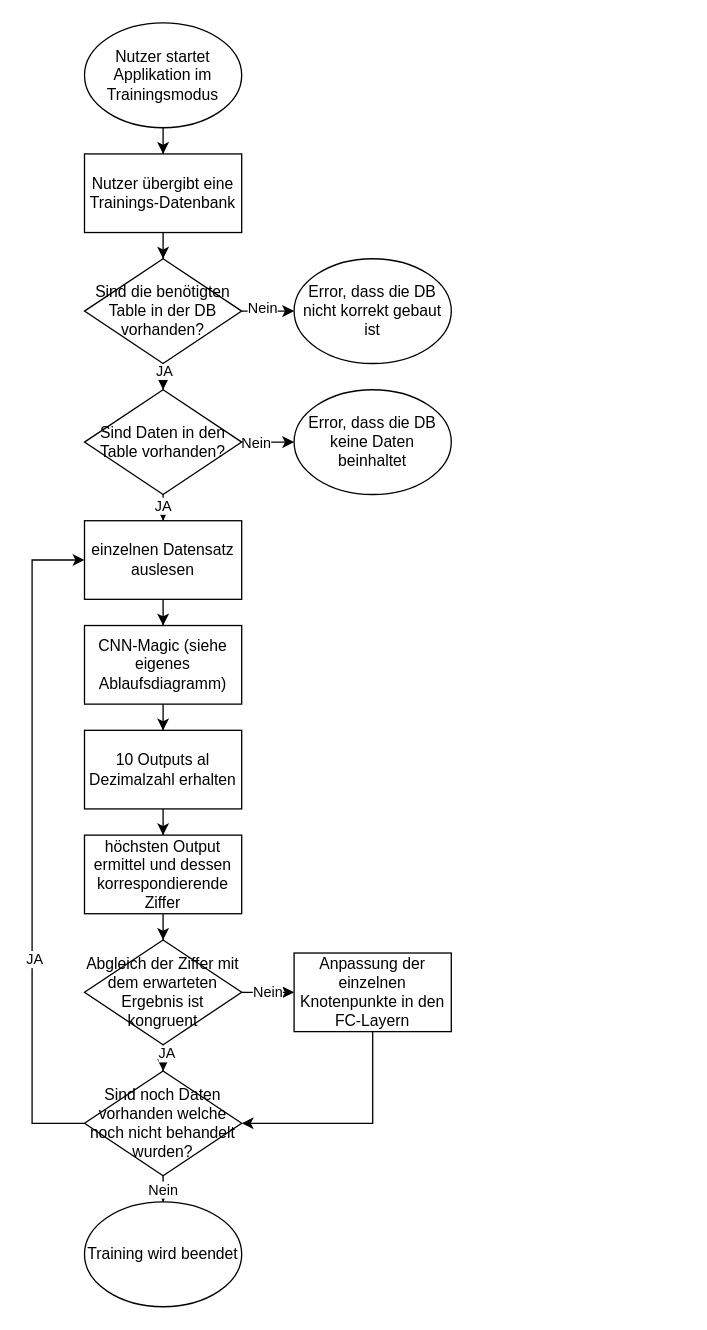
MrS-E/CKi keeps this draw.io diagram as Analyse/Diagramme/Ablaufdiagramm Training.drawio. Above is the earlier version. Source tidied: cells renumbered, new cells numbered last; positions are measured from the earlier drawing's top-left corner, leaving out a move shared by most shapes. Both pictures are drawn from the tidied source at 131%, with x=0, y=0 at pixel (31, 22).
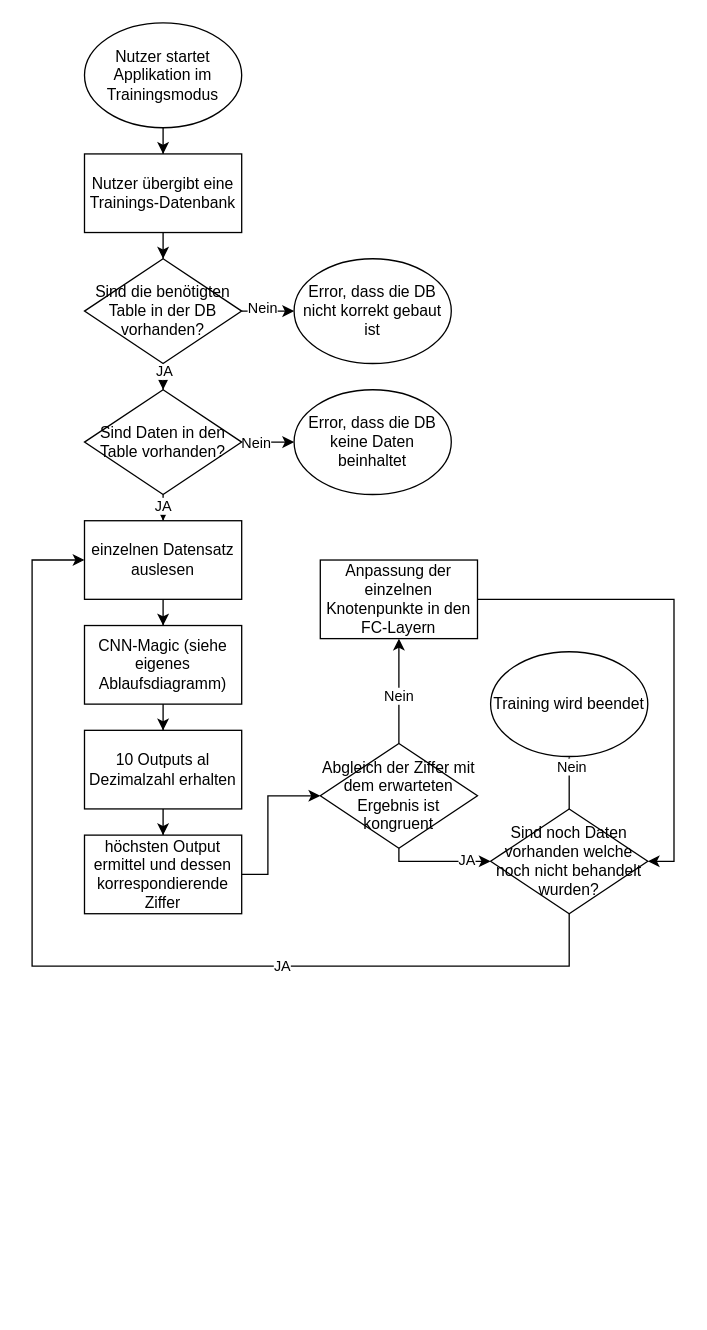
The same page after the edit.

The change refers to these unchanged cells:
```xml
<mxCell id="17" value="einzelnen Datensatz auslesen" style="whiteSpace=wrap;html=1;" parent="1" vertex="1">
  <mxGeometry x="40" y="380" width="120" height="60" as="geometry" />
</mxCell>
<mxCell id="23" value="höchsten Output ermittel und dessen korrespondierende Ziffer" style="whiteSpace=wrap;html=1;" parent="1" vertex="1">
  <mxGeometry x="40" y="620" width="120" height="60" as="geometry" />
</mxCell>
```

Diff of the diagram source:
```diff
@@
-    <mxCell id="22" style="edgeStyle=orthogonalEdgeStyle;rounded=0;jettySize=auto;html=1;entryX=0.5;entryY=0;entryDx=0;entryDy=0;" parent="1" edge="1" source="23" target="28">
-      <mxGeometry relative="1" as="geometry" />
+    <mxCell id="22" style="edgeStyle=orthogonalEdgeStyle;rounded=0;jettySize=auto;html=1;entryX=0;entryY=0.5;entryDx=0;entryDy=0;" parent="1" edge="1" source="23" target="28">
+      <mxGeometry relative="1" as="geometry">
+        <Array as="points">
+          <mxPoint x="180" y="650" />
+          <mxPoint x="180" y="590" />
+        </Array>
+      </mxGeometry>
     </mxCell>
@@
-    <mxCell id="24" style="edgeStyle=orthogonalEdgeStyle;rounded=0;jettySize=auto;html=1;" parent="1" edge="1" source="28" target="33">
-      <mxGeometry relative="1" as="geometry" />
+    <mxCell id="24" style="edgeStyle=orthogonalEdgeStyle;rounded=0;jettySize=auto;html=1;exitX=0.5;exitY=1;exitDx=0;exitDy=0;" parent="1" edge="1" source="28" target="33">
+      <mxGeometry relative="1" as="geometry">
+        <Array as="points">
+          <mxPoint x="280" y="640" />
+        </Array>
+      </mxGeometry>
     </mxCell>
@@
     <mxCell id="28" value="Abgleich der Ziffer mit dem erwarteten Ergebnis ist kongruent" style="rhombus;whiteSpace=wrap;html=1;" parent="1" vertex="1">
-      <mxGeometry x="40" y="700" width="120" height="80" as="geometry" />
+      <mxGeometry x="220" y="550" width="120" height="80" as="geometry" />
     </mxCell>
-    <mxCell id="29" style="edgeStyle=orthogonalEdgeStyle;rounded=0;jettySize=auto;html=1;entryX=0;entryY=0.5;entryDx=0;entryDy=0;" parent="1" edge="1" source="33" target="17">
+    <mxCell id="29" style="edgeStyle=orthogonalEdgeStyle;rounded=0;jettySize=auto;html=1;entryX=0;entryY=0.5;entryDx=0;entryDy=0;exitX=0.5;exitY=1;exitDx=0;exitDy=0;" parent="1" edge="1" source="33" target="17">
       <mxGeometry relative="1" as="geometry">
         <Array as="points">
-          <mxPoint y="840" />
+          <mxPoint x="410" y="720" />
+          <mxPoint y="720" />
           <mxPoint y="410" />
         </Array>
       </mxGeometry>
     </mxCell>
@@
     <mxCell id="33" value="Sind noch Daten vorhanden welche noch nicht behandelt wurden?" style="rhombus;whiteSpace=wrap;html=1;" parent="1" vertex="1">
-      <mxGeometry x="40" y="800" width="120" height="80" as="geometry" />
+      <mxGeometry x="350" y="600" width="120" height="80" as="geometry" />
     </mxCell>
     <mxCell id="34" value="Training wird beendet" style="ellipse;whiteSpace=wrap;html=1;" parent="1" vertex="1">
-      <mxGeometry x="40" y="900" width="120" height="80" as="geometry" />
+      <mxGeometry x="350" y="480" width="120" height="80" as="geometry" />
     </mxCell>
-    <mxCell id="35" style="edgeStyle=orthogonalEdgeStyle;rounded=0;jettySize=auto;html=1;entryX=1;entryY=0.5;entryDx=0;entryDy=0;" parent="1" edge="1" source="36" target="33">
+    <mxCell id="35" style="edgeStyle=orthogonalEdgeStyle;rounded=0;jettySize=auto;html=1;entryX=1;entryY=0.5;entryDx=0;entryDy=0;exitX=1;exitY=0.5;exitDx=0;exitDy=0;" parent="1" edge="1" source="36" target="33">
       <mxGeometry relative="1" as="geometry">
         <Array as="points">
-          <mxPoint x="260" y="840" />
+          <mxPoint x="490" y="440" />
+          <mxPoint x="490" y="640" />
         </Array>
       </mxGeometry>
     </mxCell>
     <mxCell id="36" value="Anpassung der einzelnen Knotenpunkte in den FC-Layern" style="whiteSpace=wrap;html=1;" parent="1" vertex="1">
-      <mxGeometry x="200" y="710" width="120" height="60" as="geometry" />
+      <mxGeometry x="220" y="410" width="120" height="60" as="geometry" />
     </mxCell>
```
